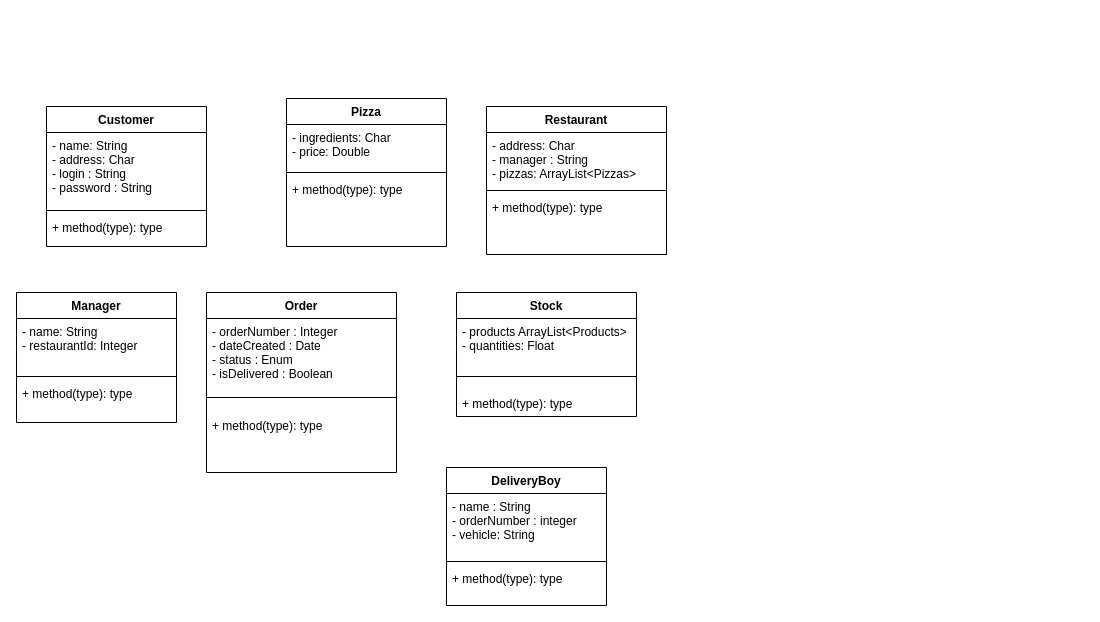
This is page "Diagramme de classe" (8 of 8) of P5-UseCase-definotion.drawio from Ketut38/OC-P5-Pizza, a draw.io file, before an edit. Source tidied: cells renumbered, new cells numbered last; positions are measured from the earlier drawing's top-left corner, leaving out a move shared by most shapes. Both pictures are drawn from the tidied source at 100%, with x=0, y=0 at pixel (16, 98).
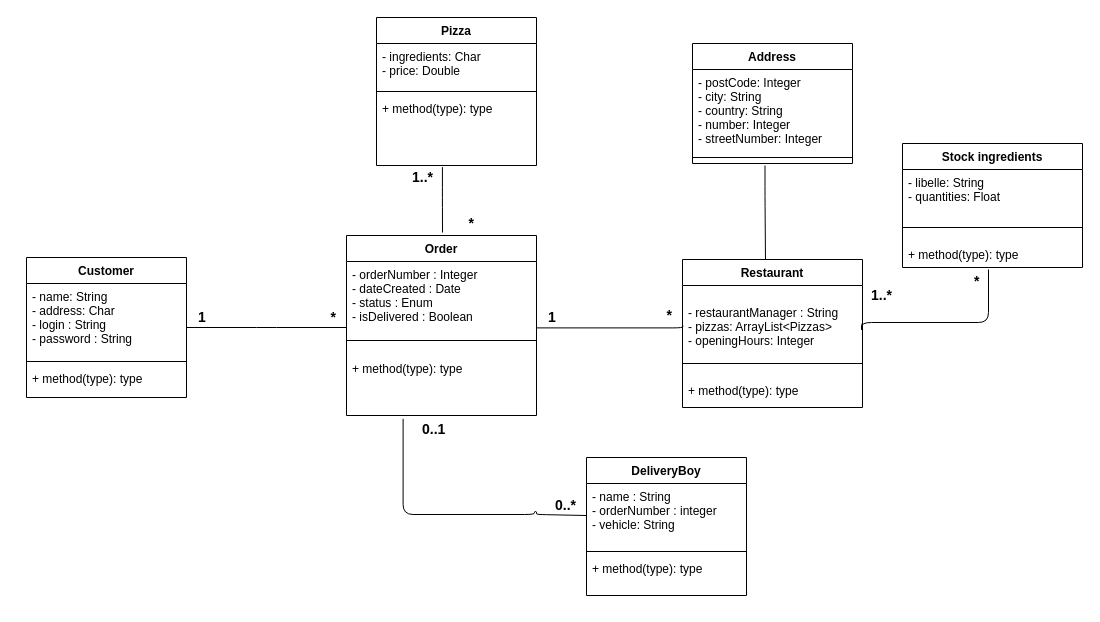
Above is the later version.

Unchanged cells that the change refers to:
```xml
<mxCell id="13" value="+ method(type): type" style="text;strokeColor=none;fillColor=none;align=left;verticalAlign=top;spacingLeft=4;spacingRight=4;overflow=hidden;points=[[0,0.5],[1,0.5]];portConstraint=eastwest;" parent="10" vertex="1">
  <mxGeometry y="120" width="190" height="60" as="geometry" />
</mxCell>
<mxCell id="19" value="- name : String&#10;- orderNumber : integer&#10;- vehicle: String&#10;" style="text;strokeColor=none;fillColor=none;align=left;verticalAlign=top;spacingLeft=4;spacingRight=4;overflow=hidden;points=[[0,0.5],[1,0.5]];portConstraint=eastwest;" parent="18" vertex="1">
  <mxGeometry y="26" width="160" height="64" as="geometry" />
</mxCell>
<mxCell id="25" value="+ method(type): type" style="text;strokeColor=none;fillColor=none;align=left;verticalAlign=top;spacingLeft=4;spacingRight=4;overflow=hidden;points=[[0,0.5],[1,0.5]];portConstraint=eastwest;" parent="22" vertex="1">
  <mxGeometry y="78" width="160" height="70" as="geometry" />
</mxCell>
```

What changed in the source:
```diff
@@
     <mxCell id="2" value="Customer" style="swimlane;fontStyle=1;align=center;verticalAlign=top;horizontal=1;startSize=26;" parent="1" vertex="1">
-      <mxGeometry x="30" y="8" width="160" height="140" as="geometry" />
+      <mxGeometry x="10" y="159" width="160" height="140" as="geometry" />
     </mxCell>
@@
     <mxCell id="6" value="Restaurant" style="swimlane;fontStyle=1;align=center;verticalAlign=top;horizontal=1;startSize=26;" parent="1" vertex="1">
-      <mxGeometry x="470" y="8" width="180" height="148" as="geometry" />
+      <mxGeometry x="666" y="161" width="180" height="148" as="geometry" />
     </mxCell>
-    <mxCell id="7" value="- address: Char&#10;- manager : String&#10;- pizzas: ArrayList&lt;Pizzas&gt;&#10;" style="text;strokeColor=none;fillColor=none;align=left;verticalAlign=top;spacingLeft=4;spacingRight=4;overflow=hidden;points=[[0,0.5],[1,0.5]];portConstraint=eastwest;" parent="6" vertex="1">
-      <mxGeometry y="26" width="180" height="54" as="geometry" />
+    <mxCell id="7" value="&#10;- restaurantManager : String&#10;- pizzas: ArrayList&lt;Pizzas&gt;&#10;- openingHours: Integer&#10;" style="text;strokeColor=none;fillColor=none;align=left;verticalAlign=top;spacingLeft=4;spacingRight=4;overflow=hidden;points=[[0,0.5],[1,0.5]];portConstraint=eastwest;" parent="6" vertex="1">
+      <mxGeometry y="26" width="180" height="64" as="geometry" />
     </mxCell>
     <mxCell id="8" style="line;strokeWidth=1;fillColor=none;align=left;verticalAlign=middle;spacingTop=-1;spacingLeft=3;spacingRight=3;labelPosition=right;" parent="6" vertex="1">
-      <mxGeometry y="80" width="180" height="8" as="geometry" />
+      <mxGeometry y="90" width="180" height="28" as="geometry" />
     </mxCell>
     <mxCell id="9" value="+ method(type): type" style="text;strokeColor=none;fillColor=none;align=left;verticalAlign=top;spacingLeft=4;spacingRight=4;overflow=hidden;" parent="6" vertex="1">
-      <mxGeometry y="88" width="180" height="60" as="geometry" />
+      <mxGeometry y="118" width="180" height="30" as="geometry" />
     </mxCell>
     <mxCell id="10" value="Order" style="swimlane;fontStyle=1;align=center;verticalAlign=top;horizontal=1;startSize=26;" parent="1" vertex="1">
-      <mxGeometry x="190" y="194" width="190" height="180" as="geometry" />
+      <mxGeometry x="330" y="137" width="190" height="180" as="geometry" />
     </mxCell>
@@
-    <mxCell id="14" value="Manager" style="swimlane;fontStyle=1;align=center;verticalAlign=top;horizontal=1;startSize=26;" parent="1" vertex="1">
-      <mxGeometry y="194" width="160" height="130" as="geometry" />
-    </mxCell>
-    <mxCell id="15" value="- name: String&#10;- restaurantId: Integer" style="text;strokeColor=none;fillColor=none;align=left;verticalAlign=top;spacingLeft=4;spacingRight=4;overflow=hidden;" parent="14" vertex="1">
-      <mxGeometry y="26" width="160" height="54" as="geometry" />
-    </mxCell>
-    <mxCell id="16" style="line;strokeWidth=1;fillColor=none;align=left;verticalAlign=middle;spacingTop=-1;spacingLeft=3;spacingRight=3;labelPosition=right;" parent="14" vertex="1">
-      <mxGeometry y="80" width="160" height="8" as="geometry" />
-    </mxCell>
-    <mxCell id="17" value="+ method(type): type" style="text;strokeColor=none;fillColor=none;align=left;verticalAlign=top;spacingLeft=4;spacingRight=4;overflow=hidden;" parent="14" vertex="1">
-      <mxGeometry y="88" width="160" height="42" as="geometry" />
-    </mxCell>
     <mxCell id="18" value="DeliveryBoy" style="swimlane;fontStyle=1;align=center;verticalAlign=top;horizontal=1;startSize=26;" parent="1" vertex="1">
-      <mxGeometry x="430" y="369" width="160" height="138" as="geometry" />
+      <mxGeometry x="570" y="359" width="160" height="138" as="geometry" />
     </mxCell>
@@
     <mxCell id="22" value="Pizza" style="swimlane;fontStyle=1;align=center;verticalAlign=top;horizontal=1;startSize=26;" parent="1" vertex="1">
-      <mxGeometry x="270" width="160" height="148" as="geometry" />
+      <mxGeometry x="360" y="-81" width="160" height="148" as="geometry" />
     </mxCell>
@@
-    <mxCell id="26" value="Stock" style="swimlane;fontStyle=1;align=center;verticalAlign=top;horizontal=1;startSize=26;" parent="1" vertex="1">
-      <mxGeometry x="440" y="194" width="180" height="124" as="geometry" />
+    <mxCell id="26" value="Stock ingredients" style="swimlane;fontStyle=1;align=center;verticalAlign=top;horizontal=1;startSize=26;" parent="1" vertex="1">
+      <mxGeometry x="886" y="45" width="180" height="124" as="geometry" />
     </mxCell>
-    <mxCell id="27" value="- products ArrayList&lt;Products&gt;&#10;- quantities: Float&#10;" style="text;strokeColor=none;fillColor=none;align=left;verticalAlign=top;spacingLeft=4;spacingRight=4;overflow=hidden;" parent="26" vertex="1">
+    <mxCell id="27" value="- libelle: String&#10;- quantities: Float&#10;" style="text;strokeColor=none;fillColor=none;align=left;verticalAlign=top;spacingLeft=4;spacingRight=4;overflow=hidden;" parent="26" vertex="1">
       <mxGeometry y="26" width="180" height="44" as="geometry" />
     </mxCell>
@@
+    <mxCell id="30" style="endArrow=none;html=1;edgeStyle=orthogonalEdgeStyle;" parent="1" edge="1">
+      <mxGeometry relative="1" as="geometry">
+        <mxPoint x="170" y="229" as="sourcePoint" />
+        <mxPoint x="330" y="229" as="targetPoint" />
+        <Array as="points">
+          <mxPoint x="250" y="229" />
+          <mxPoint x="250" y="229" />
+        </Array>
+      </mxGeometry>
+    </mxCell>
+    <mxCell id="31" value="&lt;font style=&quot;font-size: 14px&quot;&gt;&lt;b&gt;1&lt;/b&gt;&lt;/font&gt;" style="html=1;align=left;verticalAlign=bottom;labelBackgroundColor=#ffffff;fontSize=10;" parent="30" vertex="1">
+      <mxGeometry x="-1" relative="1" as="geometry">
+        <mxPoint x="10" as="offset" />
+      </mxGeometry>
+    </mxCell>
+    <mxCell id="32" value="&lt;font style=&quot;font-size: 14px&quot;&gt;&lt;b&gt;*&lt;/b&gt;&lt;/font&gt;" style="html=1;align=right;verticalAlign=bottom;labelBackgroundColor=#ffffff;fontSize=10;" parent="30" vertex="1">
+      <mxGeometry x="1" relative="1" as="geometry">
+        <mxPoint x="-10" as="offset" />
+      </mxGeometry>
+    </mxCell>
+    <mxCell id="33" style="endArrow=none;html=1;edgeStyle=orthogonalEdgeStyle;exitX=0.412;exitY=1.023;exitDx=0;exitDy=0;exitPerimeter=0;" parent="1" edge="1" source="25">
+      <mxGeometry relative="1" as="geometry">
+        <mxPoint x="426" y="134" as="targetPoint" />
+        <Array as="points">
+          <mxPoint x="426" y="99" />
+          <mxPoint x="426" y="99" />
+        </Array>
+      </mxGeometry>
+    </mxCell>
+    <mxCell id="34" value="&lt;b style=&quot;font-size: 14px ; text-align: right&quot;&gt;1..*&lt;/b&gt;" style="html=1;align=left;verticalAlign=bottom;labelBackgroundColor=#ffffff;fontSize=10;" parent="33" vertex="1">
+      <mxGeometry x="-1" relative="1" as="geometry">
+        <mxPoint x="-32" y="20" as="offset" />
+      </mxGeometry>
+    </mxCell>
+    <mxCell id="35" value="&lt;font style=&quot;font-size: 14px&quot;&gt;&lt;b&gt;*&lt;/b&gt;&lt;/font&gt;" style="html=1;align=right;verticalAlign=bottom;labelBackgroundColor=#ffffff;fontSize=10;" parent="33" vertex="1">
+      <mxGeometry x="1" relative="1" as="geometry">
+        <mxPoint x="32" y="1" as="offset" />
+      </mxGeometry>
+    </mxCell>
+    <mxCell id="36" style="endArrow=none;html=1;edgeStyle=orthogonalEdgeStyle;exitX=0.412;exitY=1.023;exitDx=0;exitDy=0;exitPerimeter=0;entryX=0.997;entryY=0.595;entryDx=0;entryDy=0;entryPerimeter=0;" parent="1" edge="1" target="7">
+      <mxGeometry relative="1" as="geometry">
+        <mxPoint x="972" y="171" as="sourcePoint" />
+        <Array as="points">
+          <mxPoint x="972" y="224" />
+          <mxPoint x="845" y="224" />
+          <mxPoint x="845" y="233" />
+        </Array>
+      </mxGeometry>
+    </mxCell>
+    <mxCell id="37" value="&lt;div style=&quot;text-align: right&quot;&gt;&lt;span style=&quot;font-size: 14px&quot;&gt;&lt;b&gt;*&lt;/b&gt;&lt;/span&gt;&lt;/div&gt;" style="html=1;align=left;verticalAlign=bottom;labelBackgroundColor=#ffffff;fontSize=10;" parent="36" vertex="1">
+      <mxGeometry x="-1" relative="1" as="geometry">
+        <mxPoint x="-16.5" y="22" as="offset" />
+      </mxGeometry>
+    </mxCell>
+    <mxCell id="38" value="&lt;font style=&quot;font-size: 14px&quot;&gt;&lt;b&gt;1..*&lt;/b&gt;&lt;/font&gt;" style="html=1;align=right;verticalAlign=bottom;labelBackgroundColor=#ffffff;fontSize=10;" parent="36" vertex="1">
+      <mxGeometry x="1" relative="1" as="geometry">
+        <mxPoint x="30.5" y="-18" as="offset" />
+      </mxGeometry>
+    </mxCell>
+    <mxCell id="39" value="Address" style="swimlane;fontStyle=1;align=center;verticalAlign=top;horizontal=1;startSize=26;" parent="1" vertex="1">
+      <mxGeometry x="676" y="-55" width="160" height="120" as="geometry" />
+    </mxCell>
+    <mxCell id="40" value="- postCode: Integer&#10;- city: String&#10;- country: String&#10;- number: Integer&#10;- streetNumber: Integer" style="text;strokeColor=none;fillColor=none;align=left;verticalAlign=top;spacingLeft=4;spacingRight=4;overflow=hidden;" parent="39" vertex="1">
+      <mxGeometry y="26" width="160" height="82" as="geometry" />
+    </mxCell>
+    <mxCell id="41" style="line;strokeWidth=1;fillColor=none;align=left;verticalAlign=middle;spacingTop=-1;spacingLeft=3;spacingRight=3;labelPosition=right;" parent="39" vertex="1">
+      <mxGeometry y="108" width="160" height="12" as="geometry" />
+    </mxCell>
+    <mxCell id="42" style="endArrow=none;html=1;edgeStyle=orthogonalEdgeStyle;entryX=0.002;entryY=0.626;entryDx=0;entryDy=0;entryPerimeter=0;" parent="1" edge="1" target="7">
+      <mxGeometry relative="1" as="geometry">
+        <mxPoint x="519.5" y="229.4" as="sourcePoint" />
+        <Array as="points">
+          <mxPoint x="666" y="229" />
+        </Array>
+      </mxGeometry>
+    </mxCell>
+    <mxCell id="43" value="&lt;font style=&quot;font-size: 14px&quot;&gt;&lt;b&gt;1&lt;/b&gt;&lt;/font&gt;" style="html=1;align=left;verticalAlign=bottom;labelBackgroundColor=#ffffff;fontSize=10;" parent="42" vertex="1">
+      <mxGeometry x="-1" relative="1" as="geometry">
+        <mxPoint x="10" as="offset" />
+      </mxGeometry>
+    </mxCell>
+    <mxCell id="44" value="&lt;font style=&quot;font-size: 14px&quot;&gt;&lt;b&gt;*&lt;/b&gt;&lt;/font&gt;" style="html=1;align=right;verticalAlign=bottom;labelBackgroundColor=#ffffff;fontSize=10;" parent="42" vertex="1">
+      <mxGeometry x="1" relative="1" as="geometry">
+        <mxPoint x="-10" as="offset" />
+      </mxGeometry>
+    </mxCell>
+    <mxCell id="45" style="endArrow=none;html=1;edgeStyle=orthogonalEdgeStyle;exitX=0.298;exitY=1.055;exitDx=0;exitDy=0;exitPerimeter=0;entryX=0;entryY=0.5;entryDx=0;entryDy=0;" parent="1" edge="1" source="13" target="19">
+      <mxGeometry relative="1" as="geometry">
+        <Array as="points">
+          <mxPoint x="387" y="416" />
+          <mxPoint x="518" y="416" />
+          <mxPoint x="518" y="413" />
+          <mxPoint x="520" y="413" />
+          <mxPoint x="520" y="416" />
+        </Array>
+      </mxGeometry>
+    </mxCell>
+    <mxCell id="46" value="&lt;font style=&quot;font-size: 14px&quot;&gt;&lt;b&gt;0..1&lt;/b&gt;&lt;/font&gt;" style="html=1;align=left;verticalAlign=bottom;labelBackgroundColor=#ffffff;fontSize=10;" parent="45" vertex="1">
+      <mxGeometry x="-1" relative="1" as="geometry">
+        <mxPoint x="17" y="21" as="offset" />
+      </mxGeometry>
+    </mxCell>
+    <mxCell id="47" value="&lt;font style=&quot;font-size: 14px&quot;&gt;&lt;b&gt;0..*&lt;/b&gt;&lt;/font&gt;" style="html=1;align=right;verticalAlign=bottom;labelBackgroundColor=#ffffff;fontSize=10;" parent="45" vertex="1">
+      <mxGeometry x="1" relative="1" as="geometry">
+        <mxPoint x="-10" as="offset" />
+      </mxGeometry>
+    </mxCell>
+    <mxCell id="48" style="endArrow=none;html=1;edgeStyle=orthogonalEdgeStyle;exitX=0.412;exitY=1.023;exitDx=0;exitDy=0;exitPerimeter=0;entryX=0.461;entryY=0.003;entryDx=0;entryDy=0;entryPerimeter=0;" parent="1" edge="1" target="6">
+      <mxGeometry relative="1" as="geometry">
+        <mxPoint x="748.5" y="67" as="sourcePoint" />
+        <Array as="points">
+          <mxPoint x="749" y="98" />
+        </Array>
+      </mxGeometry>
+    </mxCell>
+    <mxCell id="49" style="html=1;align=left;verticalAlign=bottom;labelBackgroundColor=#ffffff;fontSize=10;" parent="48" vertex="1">
+      <mxGeometry x="-1" relative="1" as="geometry">
+        <mxPoint x="-32" y="20" as="offset" />
+      </mxGeometry>
+    </mxCell>
+    <mxCell id="50" style="html=1;align=right;verticalAlign=bottom;labelBackgroundColor=#ffffff;fontSize=10;" parent="48" vertex="1">
+      <mxGeometry x="1" relative="1" as="geometry">
+        <mxPoint x="32" y="1" as="offset" />
+      </mxGeometry>
+    </mxCell>
```
